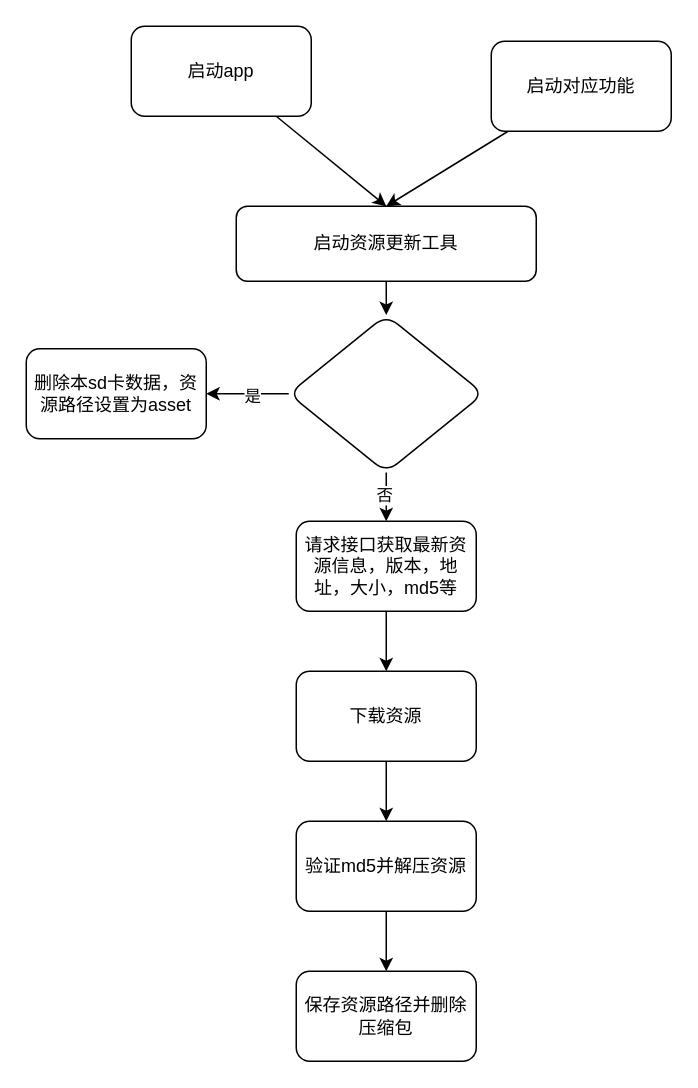
Above: 资源本地化工具.drawio in mjnhmd/articles (draw.io), before the change. Source tidied: cells renumbered, new cells numbered last; positions are measured from the earlier drawing's top-left corner, leaving out a move shared by most shapes. Both pictures are drawn from the tidied source at 150%, with x=0, y=0 at pixel (26, 26).
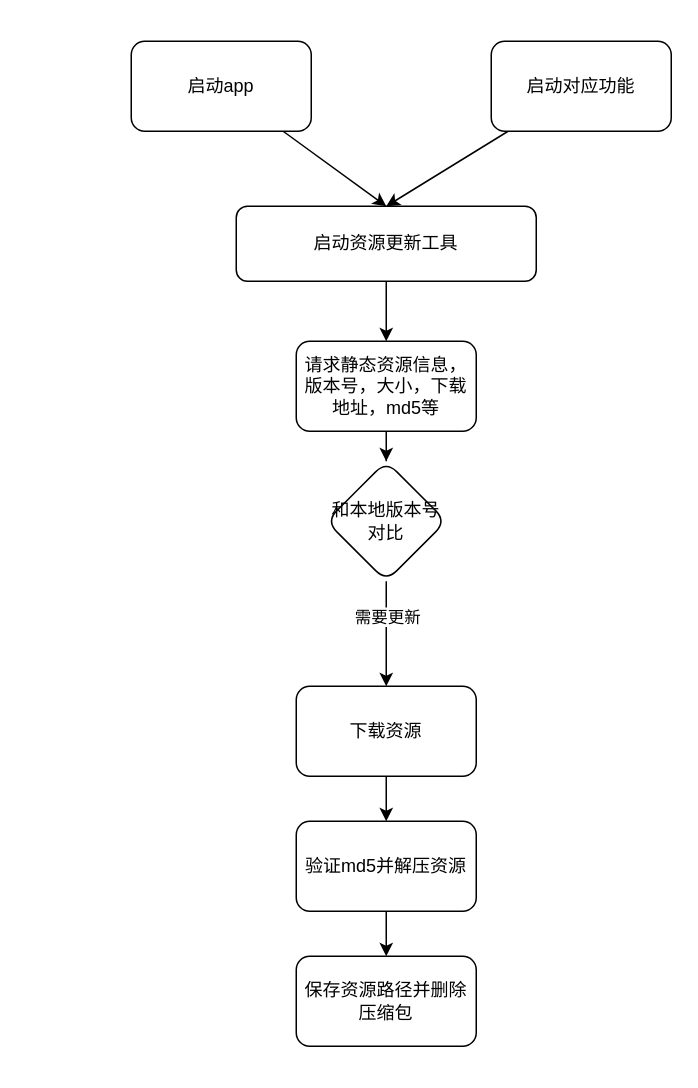
The same diagram, later.

Commit message (it also covers changes not shown here):
更新资源本地化工具.drawio

The change refers to these unchanged cells:
```xml
<mxCell id="5" value="启动资源更新工具" style="rounded=1;whiteSpace=wrap;html=1;" parent="1" vertex="1">
  <mxGeometry x="140" y="120" width="200" height="50" as="geometry" />
</mxCell>
```

Diff of the diagram source:
```diff
@@
     <mxCell id="3" value="启动app" style="rounded=1;whiteSpace=wrap;html=1;" parent="1" vertex="1">
-      <mxGeometry x="70" width="120" height="60" as="geometry" />
+      <mxGeometry x="70" y="10" width="120" height="60" as="geometry" />
     </mxCell>
-    <mxCell id="4" style="edgeStyle=orthogonalEdgeStyle;rounded=0;jettySize=auto;html=1;" parent="1" edge="1" source="5" target="10">
-      <mxGeometry relative="1" as="geometry" />
-    </mxCell>
+    <mxCell id="21" style="edgeStyle=orthogonalEdgeStyle;rounded=0;jettySize=auto;html=1;exitX=0.5;exitY=1;exitDx=0;exitDy=0;entryX=0.5;entryY=0;entryDx=0;entryDy=0;" parent="1" edge="1" source="5" target="23">
+      <mxGeometry relative="1" as="geometry" />
+    </mxCell>
@@
-    <mxCell id="6" style="edgeStyle=orthogonalEdgeStyle;rounded=0;jettySize=auto;html=1;" parent="1" edge="1" source="10" target="11">
-      <mxGeometry relative="1" as="geometry" />
-    </mxCell>
-    <mxCell id="7" value="是" style="edgeLabel;html=1;align=center;verticalAlign=middle;" parent="6" vertex="1">
-      <mxGeometry x="-0.08" y="1" relative="1" as="geometry" />
-    </mxCell>
-    <mxCell id="8" style="edgeStyle=orthogonalEdgeStyle;rounded=0;jettySize=auto;html=1;" parent="1" edge="1" source="10" target="13">
-      <mxGeometry relative="1" as="geometry" />
-    </mxCell>
-    <mxCell id="9" value="否" style="edgeLabel;html=1;align=center;verticalAlign=middle;" parent="8" vertex="1">
-      <mxGeometry x="-0.35" y="-2" relative="1" as="geometry" />
-    </mxCell>
-    <mxCell id="10" style="rhombus;whiteSpace=wrap;html=1;rounded=1;" parent="1" vertex="1">
-      <mxGeometry x="175" y="192.5" width="130" height="105" as="geometry" />
-    </mxCell>
-    <mxCell id="11" value="删除本sd卡数据，资源路径设置为asset" style="rounded=1;whiteSpace=wrap;html=1;" parent="1" vertex="1">
-      <mxGeometry y="215" width="120" height="60" as="geometry" />
-    </mxCell>
-    <mxCell id="12" style="edgeStyle=orthogonalEdgeStyle;rounded=0;jettySize=auto;html=1;" parent="1" edge="1" source="13" target="15">
-      <mxGeometry relative="1" as="geometry" />
-    </mxCell>
-    <mxCell id="13" value="请求接口获取最新资源信息，版本，地址，大小，md5等" style="whiteSpace=wrap;html=1;rounded=1;" parent="1" vertex="1">
-      <mxGeometry x="180" y="330" width="120" height="60" as="geometry" />
-    </mxCell>
@@
     <mxCell id="15" value="下载资源" style="whiteSpace=wrap;html=1;rounded=1;" parent="1" vertex="1">
-      <mxGeometry x="180" y="430" width="120" height="60" as="geometry" />
+      <mxGeometry x="180" y="440" width="120" height="60" as="geometry" />
     </mxCell>
@@
     <mxCell id="18" value="保存资源路径并删除压缩包" style="whiteSpace=wrap;html=1;rounded=1;" parent="1" vertex="1">
-      <mxGeometry x="180" y="630" width="120" height="60" as="geometry" />
+      <mxGeometry x="180" y="620" width="120" height="60" as="geometry" />
     </mxCell>
@@
+    <mxCell id="22" style="edgeStyle=orthogonalEdgeStyle;rounded=0;jettySize=auto;html=1;" parent="1" edge="1" source="23" target="26">
+      <mxGeometry relative="1" as="geometry" />
+    </mxCell>
+    <mxCell id="23" value="请求静态资源信息，版本号，大小，下载地址，md5等" style="rounded=1;whiteSpace=wrap;html=1;" parent="1" vertex="1">
+      <mxGeometry x="180" y="210" width="120" height="60" as="geometry" />
+    </mxCell>
+    <mxCell id="24" style="edgeStyle=orthogonalEdgeStyle;rounded=0;jettySize=auto;html=1;" parent="1" edge="1" source="26" target="15">
+      <mxGeometry relative="1" as="geometry" />
+    </mxCell>
+    <mxCell id="25" value="需要更新" style="edgeLabel;html=1;align=center;verticalAlign=middle;" parent="24" vertex="1">
+      <mxGeometry x="-0.6" y="-1" relative="1" as="geometry">
+        <mxPoint x="1" y="9" as="offset" />
+      </mxGeometry>
+    </mxCell>
+    <mxCell id="26" value="和本地版本号对比" style="rhombus;whiteSpace=wrap;html=1;rounded=1;" parent="1" vertex="1">
+      <mxGeometry x="200" y="290" width="80" height="80" as="geometry" />
+    </mxCell>
```
